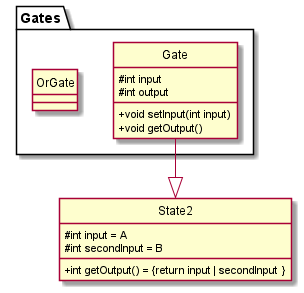
This is docs/diagrams/OrGateClassDiagram.png from sevenseasofbri/tp, a PlantUML export, as it was before one commit.
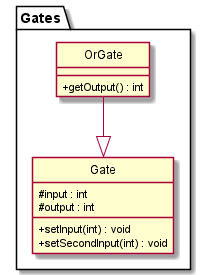
After the commit.

Change to the diagram source:
```diff
@@ -2,23 +2,21 @@
 !include style.puml
 
 package Gates {
-    class "Gate" as State1
-    class "OrGate" as State3
+    class "Gate" as Gate
+    class "OrGate" as Or
 }
 
-class State1 {
-    # int input
-    # int output
-    + void setInput(int input)
-    + void getOutput()
+class Gate {
+    # input : int
+    # output : int
+    + setInput(int) : void
+    + setSecondInput(int) : void
 }
 
-class State2 {
-    # int input = A
-    # int secondInput = B
-    + int getOutput() = {return input | secondInput }
+class Or {
+    + getOutput() : int
 
 }
 
-State1 --|> State2
+Or --|> Gate
 @enduml
```
